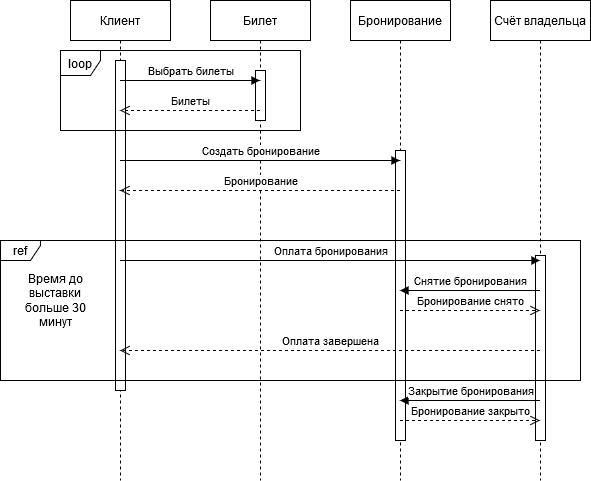
MrSandman5/ApplicationArchitecture keeps this draw.io diagram as diagrams/Покупка билетов.png. Above is the earlier version. Source tidied: cells renumbered, new cells last; positions are measured from the earlier drawing's top-left corner, leaving out a move shared by most shapes.
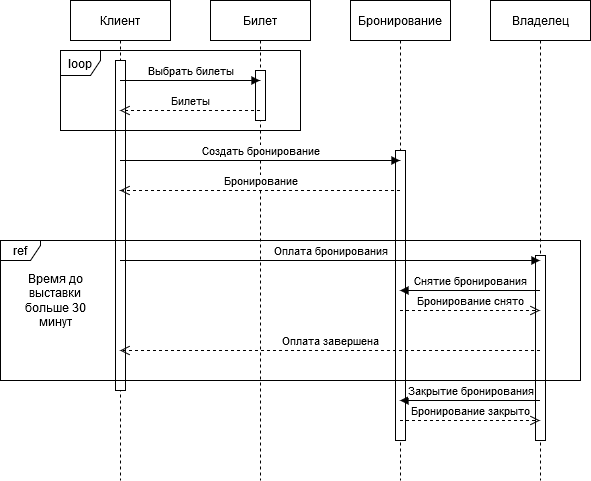
Above is the later version.

What changed in the source:
```diff
@@ -20,7 +20,7 @@
     <mxCell id="7" style="html=1;perimeter=orthogonalPerimeter;" parent="6" vertex="1">
       <mxGeometry x="45" y="150" width="10" height="290" as="geometry" />
     </mxCell>
-    <mxCell id="8" value="Счёт владельца" style="shape=umlLifeline;perimeter=lifelinePerimeter;whiteSpace=wrap;html=1;outlineConnect=0;" parent="1" vertex="1">
+    <mxCell id="8" value="Владелец" style="shape=umlLifeline;perimeter=lifelinePerimeter;whiteSpace=wrap;html=1;outlineConnect=0;" parent="1" vertex="1">
       <mxGeometry x="490" width="100" height="480" as="geometry" />
     </mxCell>
     <mxCell id="9" style="html=1;perimeter=orthogonalPerimeter;" parent="8" vertex="1">
```
